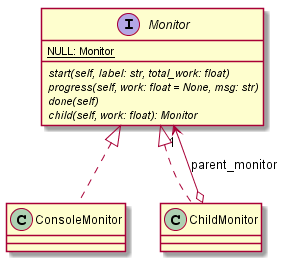
This is doc/source/_static/uml/monitor.png from CCI-Tools/cate, a PlantUML export, as it was before one commit. The source it was exported from:
```plantuml
@startuml

interface Monitor {
    {static} NULL: Monitor
    {abstract} start(self, label: str, total_work: float)
    {abstract} progress(self, work: float = None, msg: str)
    {abstract} done(self)
    {abstract} child(self, work: float): Monitor
}

class ConsoleMonitor implements Monitor {
}

class ChildMonitor implements Monitor {
}


ChildMonitor o--> "1" Monitor : parent_monitor


@enduml
```
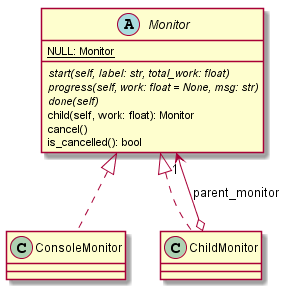
Later version of the same file.

Change to the diagram source:
```diff
@@ -1,11 +1,13 @@
 @startuml
 
-interface Monitor {
+abstract class Monitor {
     {static} NULL: Monitor
     {abstract} start(self, label: str, total_work: float)
     {abstract} progress(self, work: float = None, msg: str)
     {abstract} done(self)
-    {abstract} child(self, work: float): Monitor
+    child(self, work: float): Monitor
+    cancel()
+    is_cancelled(): bool
 }
 
 class ConsoleMonitor implements Monitor {
```
